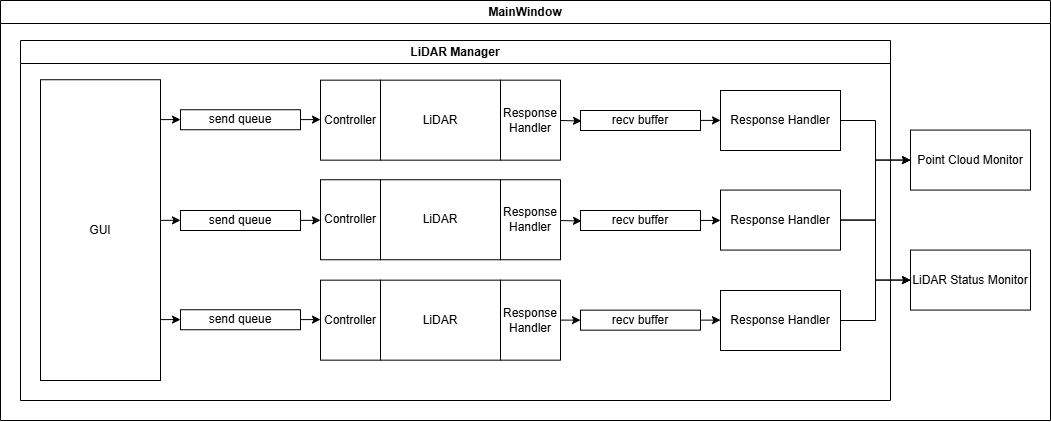
The draw.io diagram rplidar.drawio.png in heem-whereable/heem-whereable.github.io, before a commit. Source tidied: cells renumbered, new cells last; positions are measured from the earlier drawing's top-left corner, leaving out a move shared by most shapes.
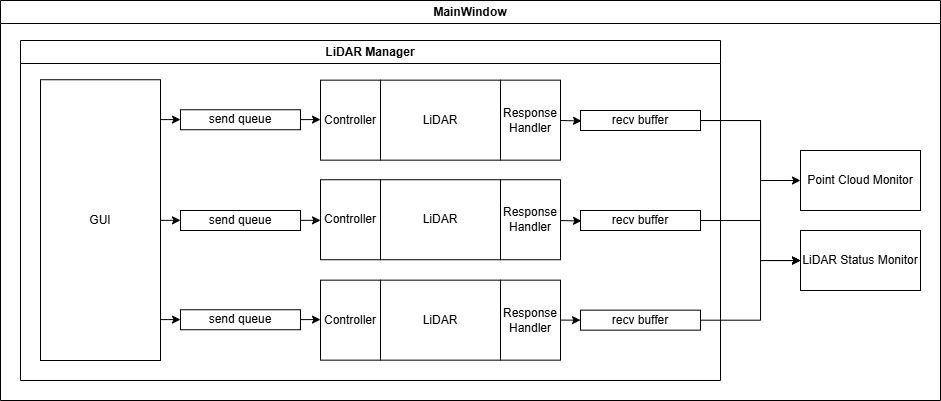
The same file after the commit.

Diff of the diagram source:
```diff
@@ -3,17 +3,14 @@
     <mxCell id="0" />
     <mxCell id="1" parent="0" />
     <mxCell id="2" value="&lt;div&gt;MainWindow&lt;/div&gt;" style="swimlane;whiteSpace=wrap;html=1;" parent="1" vertex="1">
-      <mxGeometry width="1050" height="420" as="geometry" />
+      <mxGeometry width="940" height="400" as="geometry" />
     </mxCell>
     <mxCell id="3" value="LiDAR Manager" style="swimlane;whiteSpace=wrap;html=1;" parent="2" vertex="1">
-      <mxGeometry x="20" y="40" width="870" height="360" as="geometry" />
+      <mxGeometry x="20" y="40" width="700" height="340" as="geometry" />
     </mxCell>
     <mxCell id="4" value="recv buffer" style="rounded=0;whiteSpace=wrap;html=1;" parent="3" vertex="1">
       <mxGeometry x="560" y="70" width="120" height="20" as="geometry" />
     </mxCell>
-    <mxCell id="5" value="Response Handler" style="rounded=0;whiteSpace=wrap;html=1;" parent="3" vertex="1">
-      <mxGeometry x="700" y="50" width="120" height="60" as="geometry" />
-    </mxCell>
     <mxCell id="6" style="edgeStyle=orthogonalEdgeStyle;rounded=0;jettySize=auto;html=1;" parent="3" edge="1" target="4">
       <mxGeometry relative="1" as="geometry">
         <mxPoint x="540" y="80" as="sourcePoint" />
@@ -27,24 +24,6 @@
         <mxPoint x="540" y="180" as="sourcePoint" />
       </mxGeometry>
     </mxCell>
-    <mxCell id="9" value="Response Handler" style="rounded=0;whiteSpace=wrap;html=1;" parent="3" vertex="1">
-      <mxGeometry x="700" y="149.6" width="120" height="60" as="geometry" />
-    </mxCell>
-    <mxCell id="10" value="Response Handler" style="rounded=0;whiteSpace=wrap;html=1;" parent="3" vertex="1">
-      <mxGeometry x="700" y="250" width="120" height="60" as="geometry" />
-    </mxCell>
-    <mxCell id="11" style="edgeStyle=orthogonalEdgeStyle;rounded=0;orthogonalLoop=1;jettySize=auto;html=1;" parent="3" edge="1">
-      <mxGeometry relative="1" as="geometry">
-        <mxPoint x="680" y="179.9" as="sourcePoint" />
-        <mxPoint x="700" y="179.9" as="targetPoint" />
-      </mxGeometry>
-    </mxCell>
-    <mxCell id="12" style="edgeStyle=orthogonalEdgeStyle;rounded=0;orthogonalLoop=1;jettySize=auto;html=1;" parent="3" edge="1">
-      <mxGeometry relative="1" as="geometry">
-        <mxPoint x="680" y="79.9" as="sourcePoint" />
-        <mxPoint x="700" y="79.9" as="targetPoint" />
-      </mxGeometry>
-    </mxCell>
     <mxCell id="13" value="recv buffer" style="rounded=0;whiteSpace=wrap;html=1;" parent="3" vertex="1">
       <mxGeometry x="560" y="269.7" width="120" height="20" as="geometry" />
     </mxCell>
@@ -63,12 +42,6 @@
         <mxPoint x="560" y="279.6" as="targetPoint" />
       </mxGeometry>
     </mxCell>
-    <mxCell id="18" style="edgeStyle=orthogonalEdgeStyle;rounded=0;orthogonalLoop=1;jettySize=auto;html=1;" parent="3" edge="1">
-      <mxGeometry relative="1" as="geometry">
-        <mxPoint x="680" y="279.6" as="sourcePoint" />
-        <mxPoint x="700" y="279.6" as="targetPoint" />
-      </mxGeometry>
-    </mxCell>
     <mxCell id="19" value="Controller" style="rounded=0;whiteSpace=wrap;html=1;" parent="3" vertex="1">
       <mxGeometry x="300" y="239.7" width="60" height="80" as="geometry" />
     </mxCell>
@@ -126,24 +99,6 @@
         <mxPoint x="160" y="79.1" as="targetPoint" />
       </mxGeometry>
     </mxCell>
-    <mxCell id="34" value="Point Cloud Monitor" style="rounded=0;whiteSpace=wrap;html=1;" parent="3" vertex="1">
-      <mxGeometry x="890" y="89.6" width="120" height="60" as="geometry" />
-    </mxCell>
-    <mxCell id="35" style="edgeStyle=orthogonalEdgeStyle;rounded=0;jettySize=auto;html=1;entryX=0;entryY=0.5;entryDx=0;entryDy=0;" parent="3" edge="1" source="5" target="34">
-      <mxGeometry relative="1" as="geometry" />
-    </mxCell>
-    <mxCell id="36" style="edgeStyle=orthogonalEdgeStyle;rounded=0;jettySize=auto;html=1;" parent="3" edge="1" source="9" target="34">
-      <mxGeometry relative="1" as="geometry" />
-    </mxCell>
-    <mxCell id="37" value="LiDAR Status Monitor" style="rounded=0;whiteSpace=wrap;html=1;" parent="3" vertex="1">
-      <mxGeometry x="890" y="209.6" width="120" height="60" as="geometry" />
-    </mxCell>
-    <mxCell id="38" style="edgeStyle=orthogonalEdgeStyle;rounded=0;jettySize=auto;html=1;" parent="3" edge="1" source="10" target="37">
-      <mxGeometry relative="1" as="geometry" />
-    </mxCell>
-    <mxCell id="39" style="edgeStyle=orthogonalEdgeStyle;rounded=0;jettySize=auto;html=1;" parent="3" edge="1" source="9" target="37">
-      <mxGeometry relative="1" as="geometry" />
-    </mxCell>
     <mxCell id="40" value="send queue" style="rounded=0;whiteSpace=wrap;html=1;" parent="3" vertex="1">
       <mxGeometry x="160" y="170" width="120" height="20" as="geometry" />
     </mxCell>
@@ -160,7 +115,45 @@
       </mxGeometry>
     </mxCell>
     <mxCell id="43" value="GUI" style="rounded=0;whiteSpace=wrap;html=1;" parent="3" vertex="1">
-      <mxGeometry x="20" y="39.2" width="120" height="300.8" as="geometry" />
+      <mxGeometry x="20" y="39.2" width="120" height="280.8" as="geometry" />
     </mxCell>
+    <mxCell id="35" style="edgeStyle=orthogonalEdgeStyle;rounded=0;jettySize=auto;html=1;entryX=0;entryY=0.5;entryDx=0;entryDy=0;" parent="2" edge="1" source="4" target="34">
+      <mxGeometry relative="1" as="geometry">
+        <Array as="points">
+          <mxPoint x="760" y="120" />
+          <mxPoint x="760" y="180" />
+        </Array>
+      </mxGeometry>
+    </mxCell>
+    <mxCell id="38" style="edgeStyle=orthogonalEdgeStyle;rounded=0;jettySize=auto;html=1;" parent="2" edge="1" source="13" target="37">
+      <mxGeometry relative="1" as="geometry">
+        <Array as="points">
+          <mxPoint x="760" y="320" />
+          <mxPoint x="760" y="260" />
+        </Array>
+      </mxGeometry>
+    </mxCell>
+    <mxCell id="34" value="Point Cloud Monitor" style="rounded=0;whiteSpace=wrap;html=1;" parent="2" vertex="1">
+      <mxGeometry x="800" y="150" width="120" height="60" as="geometry" />
+    </mxCell>
+    <mxCell id="44" style="edgeStyle=orthogonalEdgeStyle;rounded=0;jettySize=auto;html=1;" parent="2" edge="1" source="7" target="37">
+      <mxGeometry relative="1" as="geometry">
+        <Array as="points">
+          <mxPoint x="760" y="220" />
+          <mxPoint x="760" y="260" />
+        </Array>
+      </mxGeometry>
+    </mxCell>
+    <mxCell id="37" value="LiDAR Status Monitor" style="rounded=0;whiteSpace=wrap;html=1;" parent="2" vertex="1">
+      <mxGeometry x="800" y="230" width="120" height="60" as="geometry" />
+    </mxCell>
+    <mxCell id="45" style="edgeStyle=orthogonalEdgeStyle;rounded=0;jettySize=auto;html=1;" parent="2" edge="1" source="4" target="37">
+      <mxGeometry relative="1" as="geometry">
+        <Array as="points">
+          <mxPoint x="760" y="120" />
+          <mxPoint x="760" y="260" />
+        </Array>
+      </mxGeometry>
+    </mxCell>
   </root>
 </mxGraphModel>
```
